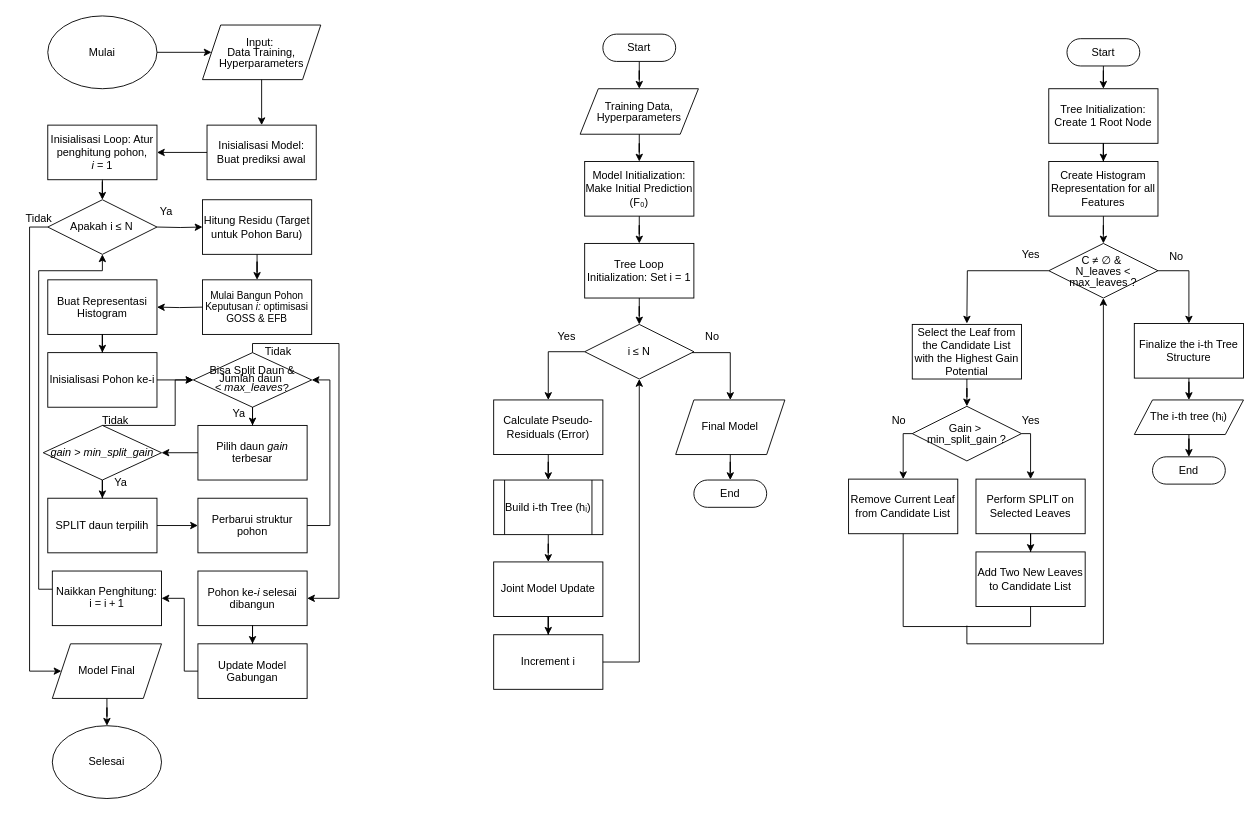
Earlier version of the draw.io diagram diagrams/Flowchart LGBM 2 .drawio (fadhilra101/skripsi). Source tidied: cells renumbered, new cells numbered last; positions are measured from the earlier drawing's top-left corner, leaving out a move shared by most shapes. Both pictures are drawn from the tidied source at 91%, with x=0, y=0 at pixel (15, 15).
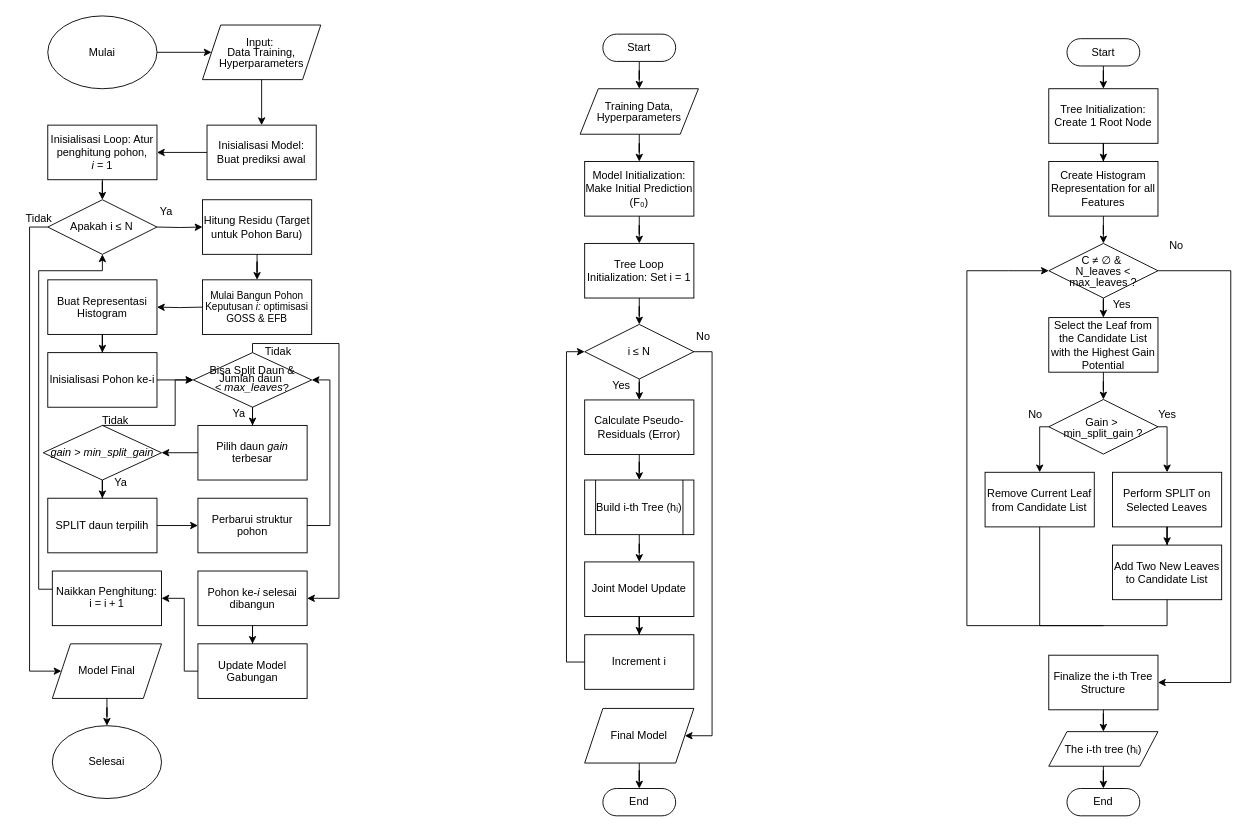
After the change.

The change refers to these unchanged cells:
```xml
<mxCell id="58" value="i ≤ N" style="rhombus;whiteSpace=wrap;html=1;fillColor=none;" parent="1" vertex="1">
  <mxGeometry x="625" y="339" width="120" height="60" as="geometry" />
</mxCell>
<mxCell id="81" value="&lt;div style=&quot;line-height: 100%;&quot;&gt;C ≠ ∅ &amp;amp;&amp;nbsp;&lt;/div&gt;&lt;div style=&quot;line-height: 100%;&quot;&gt;N_leaves &amp;lt; max_leaves ?&lt;/div&gt;" style="rhombus;whiteSpace=wrap;html=1;fillColor=none;" parent="1" vertex="1">
  <mxGeometry x="1135" y="250" width="120" height="60" as="geometry" />
</mxCell>
```

What changed in the source:
```diff
@@
-    <mxCell id="56" style="edgeStyle=orthogonalEdgeStyle;rounded=0;jettySize=auto;html=1;entryX=0.5;entryY=0;entryDx=0;entryDy=0;" parent="1" edge="1" source="58" target="60">
-      <mxGeometry relative="1" as="geometry">
-        <Array as="points">
-          <mxPoint x="585" y="369" />
-        </Array>
-      </mxGeometry>
+    <mxCell id="56" style="edgeStyle=orthogonalEdgeStyle;rounded=0;jettySize=auto;html=1;" parent="1" edge="1" source="58" target="60">
+      <mxGeometry relative="1" as="geometry" />
     </mxCell>
-    <mxCell id="57" style="edgeStyle=orthogonalEdgeStyle;rounded=0;jettySize=auto;html=1;entryX=0.5;entryY=0;entryDx=0;entryDy=0;" parent="1" edge="1" source="58" target="68">
+    <mxCell id="57" style="edgeStyle=orthogonalEdgeStyle;rounded=0;jettySize=auto;html=1;entryX=1;entryY=0.5;entryDx=0;entryDy=0;" parent="1" edge="1" source="58" target="68">
       <mxGeometry relative="1" as="geometry">
         <Array as="points">
-          <mxPoint x="785" y="370" />
+          <mxPoint x="765" y="369" />
+          <mxPoint x="765" y="791" />
         </Array>
       </mxGeometry>
     </mxCell>
@@
     <mxCell id="60" value="Calculate Pseudo-Residuals (Error)" style="rounded=0;whiteSpace=wrap;html=1;strokeColor=default;align=center;verticalAlign=middle;fontFamily=Helvetica;fontSize=12;fontColor=default;fillColor=none;" parent="1" vertex="1">
-      <mxGeometry x="525" y="422" width="120" height="60" as="geometry" />
+      <mxGeometry x="625" y="422" width="120" height="60" as="geometry" />
     </mxCell>
@@
     <mxCell id="62" value="Build i-th Tree (hᵢ)" style="shape=process;whiteSpace=wrap;html=1;backgroundOutline=1;" parent="1" vertex="1">
-      <mxGeometry x="525" y="510" width="120" height="60" as="geometry" />
+      <mxGeometry x="625" y="510" width="120" height="60" as="geometry" />
     </mxCell>
@@
     <mxCell id="64" value="Joint Model Update" style="rounded=0;whiteSpace=wrap;html=1;strokeColor=default;align=center;verticalAlign=middle;fontFamily=Helvetica;fontSize=12;fontColor=default;fillColor=none;" parent="1" vertex="1">
-      <mxGeometry x="525" y="600" width="120" height="60" as="geometry" />
+      <mxGeometry x="625" y="600" width="120" height="60" as="geometry" />
     </mxCell>
-    <mxCell id="65" style="edgeStyle=orthogonalEdgeStyle;rounded=0;jettySize=auto;html=1;entryX=0.5;entryY=1;entryDx=0;entryDy=0;" parent="1" edge="1" source="66" target="58">
+    <mxCell id="65" style="edgeStyle=orthogonalEdgeStyle;rounded=0;jettySize=auto;html=1;entryX=0;entryY=0.5;entryDx=0;entryDy=0;" parent="1" edge="1" source="66" target="58">
       <mxGeometry relative="1" as="geometry">
         <Array as="points">
-          <mxPoint x="685" y="710" />
+          <mxPoint x="605" y="710" />
+          <mxPoint x="605" y="369" />
         </Array>
       </mxGeometry>
     </mxCell>
     <mxCell id="66" value="&lt;div&gt;Increment i&lt;/div&gt;" style="rounded=0;whiteSpace=wrap;html=1;strokeColor=default;align=center;verticalAlign=middle;fontFamily=Helvetica;fontSize=12;fontColor=default;fillColor=none;" parent="1" vertex="1">
-      <mxGeometry x="525" y="680" width="120" height="60" as="geometry" />
+      <mxGeometry x="625" y="680" width="120" height="60" as="geometry" />
     </mxCell>
@@
     <mxCell id="68" value="Final Model" style="shape=parallelogram;perimeter=parallelogramPerimeter;whiteSpace=wrap;html=1;fixedSize=1;strokeColor=default;align=center;verticalAlign=middle;fontFamily=Helvetica;fontSize=12;fontColor=default;fillColor=none;" parent="1" vertex="1">
-      <mxGeometry x="725" y="422" width="120" height="60" as="geometry" />
+      <mxGeometry x="625" y="761" width="120" height="60" as="geometry" />
     </mxCell>
     <mxCell id="69" value="End" style="html=1;dashed=0;whiteSpace=wrap;shape=mxgraph.dfd.start;" parent="1" vertex="1">
-      <mxGeometry x="745" y="510" width="80" height="30" as="geometry" />
+      <mxGeometry x="645" y="849" width="80" height="30" as="geometry" />
     </mxCell>
     <mxCell id="70" value="Yes" style="text;html=1;align=center;verticalAlign=middle;strokeColor=none;fillColor=none;" parent="1" vertex="1">
-      <mxGeometry x="585" y="338" width="40" height="30" as="geometry" />
+      <mxGeometry x="645" y="392" width="40" height="30" as="geometry" />
     </mxCell>
     <mxCell id="71" value="No" style="text;html=1;align=center;verticalAlign=middle;strokeColor=none;fillColor=none;" parent="1" vertex="1">
-      <mxGeometry x="745" y="338" width="40" height="30" as="geometry" />
+      <mxGeometry x="735" y="338" width="40" height="30" as="geometry" />
     </mxCell>
@@
-    <mxCell id="78" style="edgeStyle=orthogonalEdgeStyle;rounded=0;jettySize=auto;html=1;entryX=0.5;entryY=0;entryDx=0;entryDy=0;" parent="1" edge="1" source="81">
-      <mxGeometry relative="1" as="geometry">
-        <mxPoint x="1045" y="338" as="targetPoint" />
-      </mxGeometry>
-    </mxCell>
+    <mxCell id="101" style="edgeStyle=orthogonalEdgeStyle;rounded=0;jettySize=auto;html=1;entryX=0.5;entryY=0;entryDx=0;entryDy=0;" parent="1" edge="1" source="81" target="83">
+      <mxGeometry relative="1" as="geometry" />
+    </mxCell>
-    <mxCell id="79" style="edgeStyle=orthogonalEdgeStyle;rounded=0;jettySize=auto;html=1;entryX=0.5;entryY=0;entryDx=0;entryDy=0;" parent="1" edge="1" source="81" target="93">
+    <mxCell id="79" style="edgeStyle=orthogonalEdgeStyle;rounded=0;jettySize=auto;html=1;entryX=1;entryY=0.5;entryDx=0;entryDy=0;" parent="1" edge="1" source="81" target="93">
       <mxGeometry relative="1" as="geometry">
         <Array as="points">
-          <mxPoint x="1289" y="280" />
+          <mxPoint x="1335" y="280" />
+          <mxPoint x="1335" y="733" />
         </Array>
       </mxGeometry>
     </mxCell>
-    <mxCell id="80" style="edgeStyle=orthogonalEdgeStyle;rounded=0;jettySize=auto;html=1;" parent="1" edge="1" target="81">
-      <mxGeometry relative="1" as="geometry">
-        <mxPoint x="1045" y="670" as="sourcePoint" />
-        <Array as="points">
-          <mxPoint x="1045" y="690" />
-          <mxPoint x="1195" y="690" />
-        </Array>
-      </mxGeometry>
-    </mxCell>
+    <mxCell id="102" style="edgeStyle=orthogonalEdgeStyle;rounded=0;jettySize=auto;html=1;endArrow=none;startFill=1;startArrow=classic;" parent="1" edge="1" source="81">
+      <mxGeometry relative="1" as="geometry">
+        <mxPoint x="1045" y="280" as="targetPoint" />
+      </mxGeometry>
+    </mxCell>
@@
     <mxCell id="83" value="Select the Leaf from the Candidate List with the Highest Gain Potential" style="rounded=0;whiteSpace=wrap;html=1;strokeColor=default;align=center;verticalAlign=middle;fontFamily=Helvetica;fontSize=12;fontColor=default;fillColor=none;" parent="1" vertex="1">
-      <mxGeometry x="985" y="339" width="120" height="60" as="geometry" />
+      <mxGeometry x="1135" y="331.5" width="120" height="60" as="geometry" />
     </mxCell>
     <mxCell id="84" style="edgeStyle=orthogonalEdgeStyle;rounded=0;jettySize=auto;html=1;entryX=0.5;entryY=0;entryDx=0;entryDy=0;" parent="1" edge="1" source="86" target="91">
       <mxGeometry relative="1" as="geometry">
         <Array as="points">
-          <mxPoint x="975" y="459" />
+          <mxPoint x="1125" y="451.5" />
         </Array>
       </mxGeometry>
     </mxCell>
     <mxCell id="85" style="edgeStyle=orthogonalEdgeStyle;rounded=0;jettySize=auto;html=1;entryX=0.5;entryY=0;entryDx=0;entryDy=0;" parent="1" edge="1" source="86" target="88">
       <mxGeometry relative="1" as="geometry">
         <Array as="points">
-          <mxPoint x="1115" y="459" />
+          <mxPoint x="1265" y="451.5" />
         </Array>
       </mxGeometry>
     </mxCell>
     <mxCell id="86" value="&lt;div style=&quot;line-height: 100%;&quot;&gt;Gain &amp;gt;&amp;nbsp;&lt;/div&gt;&lt;div style=&quot;line-height: 100%;&quot;&gt;min_split_gain ?&lt;/div&gt;" style="rhombus;whiteSpace=wrap;html=1;fillColor=none;" parent="1" vertex="1">
-      <mxGeometry x="985" y="429" width="120" height="60" as="geometry" />
+      <mxGeometry x="1135" y="421.5" width="120" height="60" as="geometry" />
     </mxCell>
@@
     <mxCell id="88" value="Perform SPLIT on Selected Leaves" style="rounded=0;whiteSpace=wrap;html=1;strokeColor=default;align=center;verticalAlign=middle;fontFamily=Helvetica;fontSize=12;fontColor=default;fillColor=none;" parent="1" vertex="1">
-      <mxGeometry x="1055" y="509" width="120" height="60" as="geometry" />
+      <mxGeometry x="1205" y="501.5" width="120" height="60" as="geometry" />
     </mxCell>
     <mxCell id="89" value="Add Two New Leaves to Candidate List" style="rounded=0;whiteSpace=wrap;html=1;strokeColor=default;align=center;verticalAlign=middle;fontFamily=Helvetica;fontSize=12;fontColor=default;fillColor=none;" parent="1" vertex="1">
-      <mxGeometry x="1055" y="589" width="120" height="60" as="geometry" />
+      <mxGeometry x="1205" y="581.5" width="120" height="60" as="geometry" />
     </mxCell>
     <mxCell id="90" style="edgeStyle=orthogonalEdgeStyle;rounded=0;jettySize=auto;html=1;entryX=0.5;entryY=1;entryDx=0;entryDy=0;endArrow=none;startFill=0;" parent="1" edge="1" source="91" target="89">
       <mxGeometry relative="1" as="geometry">
         <Array as="points">
-          <mxPoint x="975" y="671" />
-          <mxPoint x="1115" y="671" />
+          <mxPoint x="1125" y="670" />
+          <mxPoint x="1265" y="670" />
         </Array>
       </mxGeometry>
     </mxCell>
     <mxCell id="91" value="Remove Current Leaf from Candidate List" style="rounded=0;whiteSpace=wrap;html=1;strokeColor=default;align=center;verticalAlign=middle;fontFamily=Helvetica;fontSize=12;fontColor=default;fillColor=none;" parent="1" vertex="1">
-      <mxGeometry x="915" y="509" width="120" height="60" as="geometry" />
+      <mxGeometry x="1065" y="501.5" width="120" height="60" as="geometry" />
     </mxCell>
@@
     <mxCell id="93" value="Finalize the i-th Tree Structure" style="rounded=0;whiteSpace=wrap;html=1;strokeColor=default;align=center;verticalAlign=middle;fontFamily=Helvetica;fontSize=12;fontColor=default;fillColor=none;" parent="1" vertex="1">
-      <mxGeometry x="1229" y="338" width="120" height="60" as="geometry" />
+      <mxGeometry x="1135" y="702.5" width="120" height="60" as="geometry" />
     </mxCell>
@@
     <mxCell id="95" value="The i-th tree (hᵢ)" style="shape=parallelogram;perimeter=parallelogramPerimeter;whiteSpace=wrap;html=1;fixedSize=1;strokeColor=default;align=center;verticalAlign=middle;fontFamily=Helvetica;fontSize=12;fontColor=default;fillColor=none;" parent="1" vertex="1">
-      <mxGeometry x="1229" y="422" width="120" height="38" as="geometry" />
+      <mxGeometry x="1135" y="786.5" width="120" height="38" as="geometry" />
     </mxCell>
     <mxCell id="96" value="End" style="html=1;dashed=0;whiteSpace=wrap;shape=mxgraph.dfd.start;" parent="1" vertex="1">
-      <mxGeometry x="1249" y="484.5" width="80" height="30" as="geometry" />
+      <mxGeometry x="1155" y="849" width="80" height="30" as="geometry" />
     </mxCell>
     <mxCell id="97" value="Yes" style="text;html=1;align=center;verticalAlign=middle;strokeColor=none;fillColor=none;" parent="1" vertex="1">
-      <mxGeometry x="1095" y="248" width="40" height="30" as="geometry" />
+      <mxGeometry x="1195" y="301.5" width="40" height="30" as="geometry" />
     </mxCell>
     <mxCell id="98" value="No" style="text;html=1;align=center;verticalAlign=middle;strokeColor=none;fillColor=none;" parent="1" vertex="1">
-      <mxGeometry x="1255" y="250" width="40" height="30" as="geometry" />
+      <mxGeometry x="1255" y="238" width="40" height="30" as="geometry" />
     </mxCell>
     <mxCell id="99" value="Yes" style="text;html=1;align=center;verticalAlign=middle;strokeColor=none;fillColor=none;" parent="1" vertex="1">
-      <mxGeometry x="1095" y="430" width="40" height="30" as="geometry" />
+      <mxGeometry x="1245" y="422.5" width="40" height="30" as="geometry" />
     </mxCell>
     <mxCell id="100" value="No" style="text;html=1;align=center;verticalAlign=middle;strokeColor=none;fillColor=none;" parent="1" vertex="1">
-      <mxGeometry x="950" y="430" width="40" height="30" as="geometry" />
+      <mxGeometry x="1100" y="422.5" width="40" height="30" as="geometry" />
     </mxCell>
+    <mxCell id="103" style="endArrow=none;html=1;rounded=0;edgeStyle=elbowEdgeStyle;elbow=vertical;" parent="1" edge="1">
+      <mxGeometry relative="1" as="geometry">
+        <mxPoint x="1195" y="670" as="sourcePoint" />
+        <mxPoint x="1045" y="280" as="targetPoint" />
+        <Array as="points">
+          <mxPoint x="1125" y="670" />
+        </Array>
+      </mxGeometry>
+    </mxCell>
```
